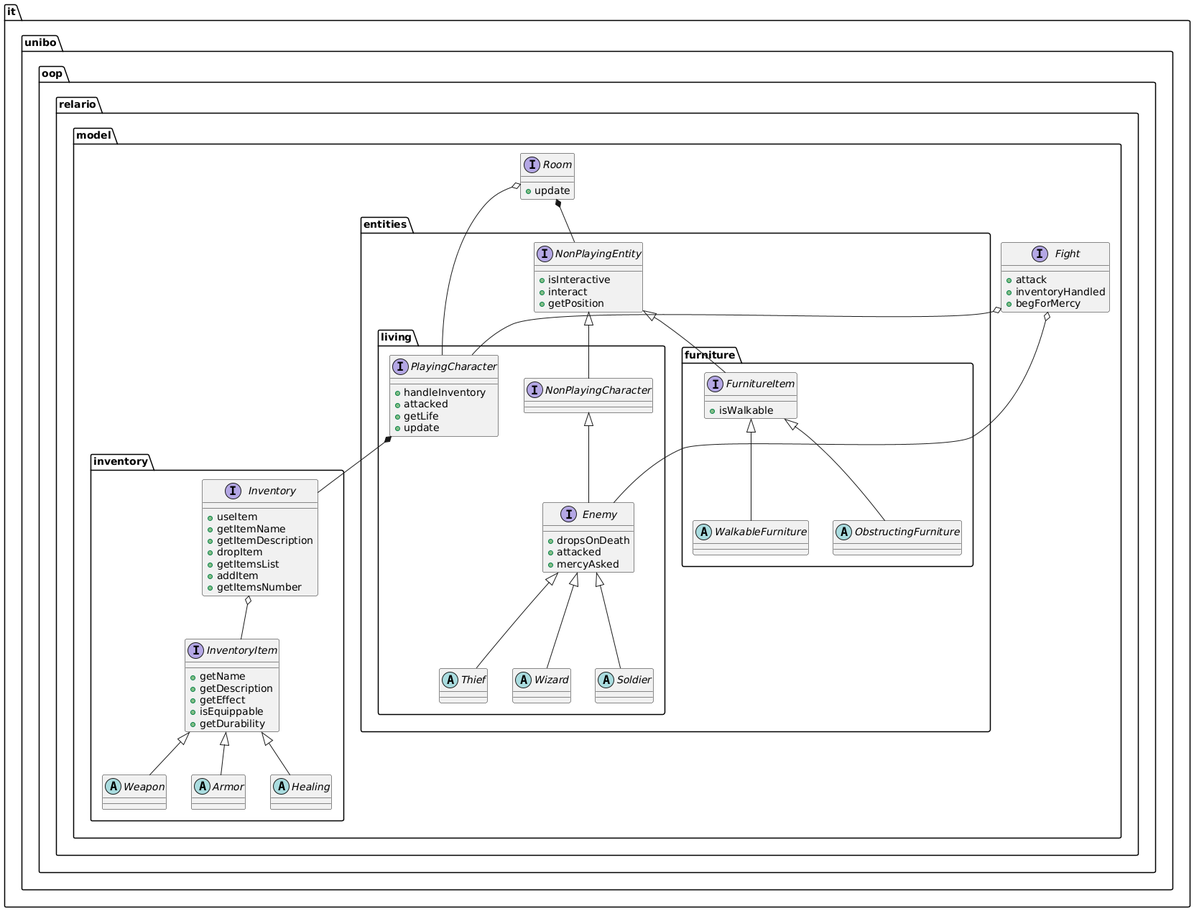
The PlantUML diagram relazione/img/fullModel.png in KimboCoffee/OOP23-relario-prove, before a commit.
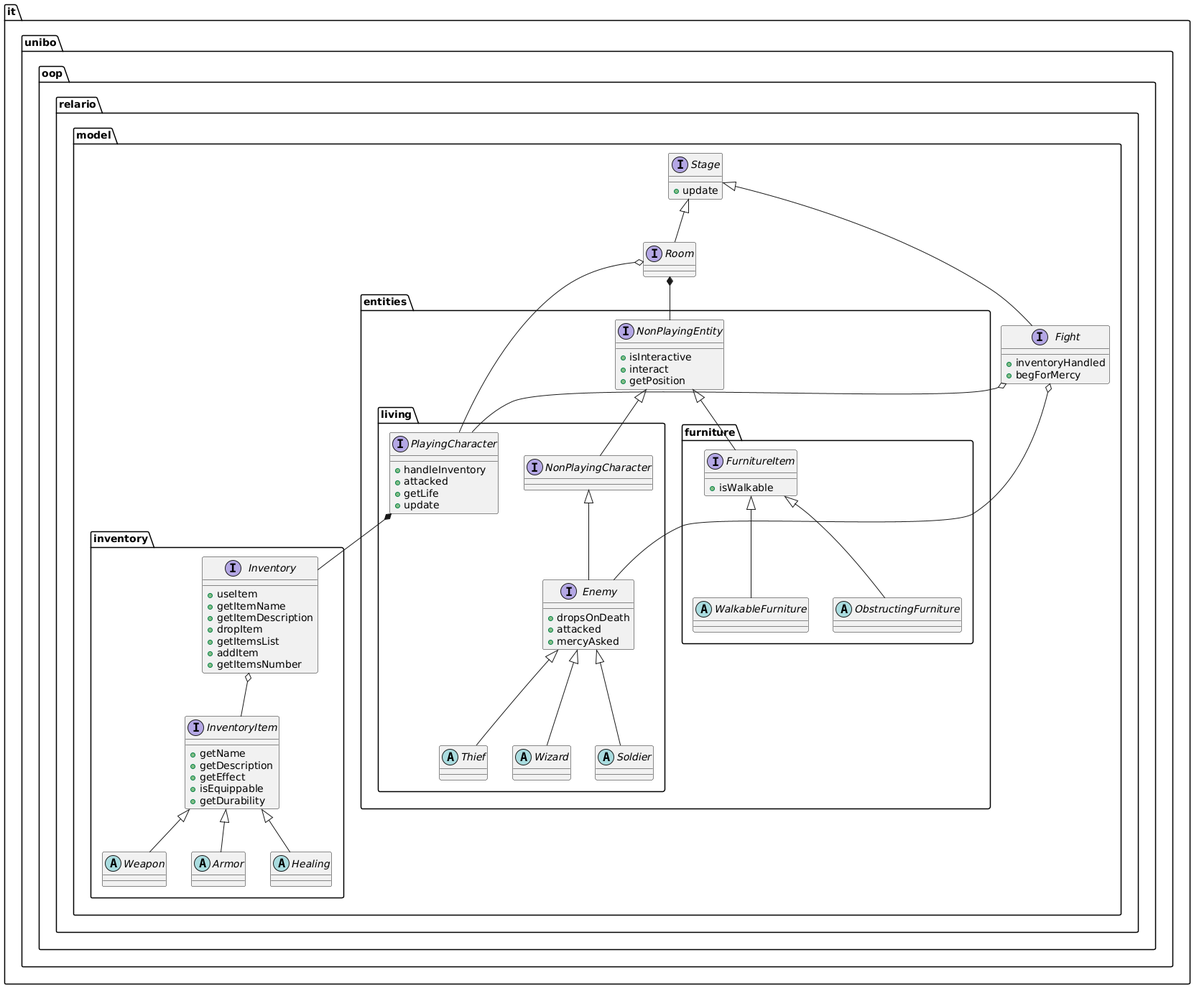
Above is the later version.

What changed in the source:
```diff
@@ -2,12 +2,14 @@
 package it.unibo.oop.relario {
     package model {
 
-        interface Room {
+        interface Stage {
             + {method} update
         }
 
-        interface Fight {
-            + {method} attack
+        interface Room extends Stage {
+        }
+
+        interface Fight extends Stage {
             + {method} inventoryHandled
             + {method} begForMercy
         }
```
